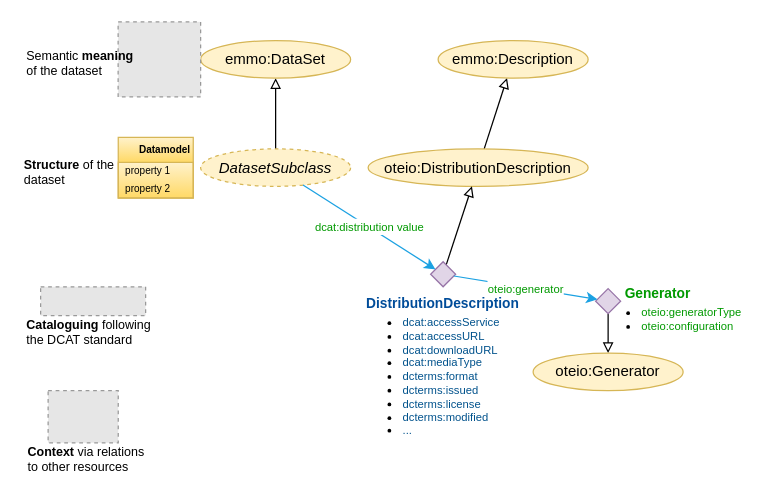
EMMC-ASBL/tripper keeps this draw.io diagram as page "Consumer" (3 of 19) of docs/figs/dataset.drawio. Above is the earlier version. Source tidied: cells renumbered, new cells numbered last; positions are measured from the earlier drawing's top-left corner, leaving out a move shared by most shapes. Both pictures are drawn from the tidied source at 125%, with x=0, y=0 at pixel (21, 21). Pictures stored in the file or linked from it are replaced by grey dashed boxes.
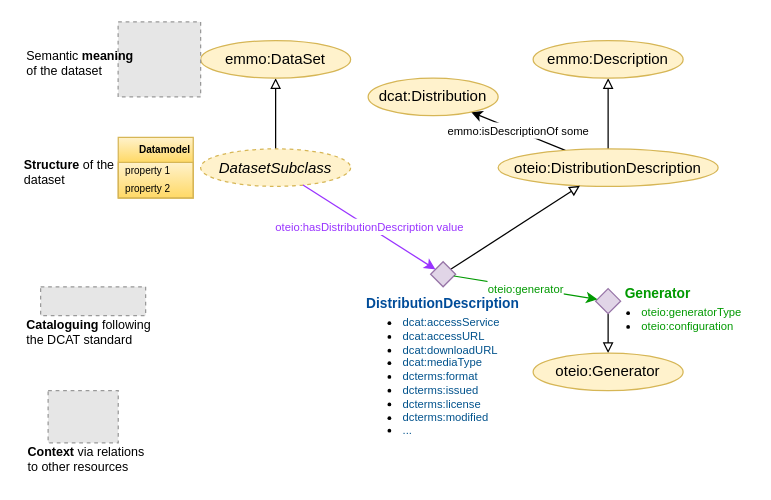
After the change.

The change refers to these unchanged cells:
```xml
<mxCell id="4" value="&lt;i&gt;DatasetSubclass&lt;/i&gt;" style="ellipse;whiteSpace=wrap;html=1;fillColor=#fff2cc;strokeColor=#d6b656;dashed=1;" parent="1" vertex="1">
  <mxGeometry x="143" y="101.6" width="120" height="30" as="geometry" />
</mxCell>
<mxCell id="8" style="rhombus;whiteSpace=wrap;html=1;fillColor=#e1d5e7;strokeColor=#9673a6;" parent="1" vertex="1">
  <mxGeometry x="327" y="191.9" width="20" height="20" as="geometry" />
</mxCell>
<mxCell id="25" style="rhombus;whiteSpace=wrap;html=1;fillColor=#e1d5e7;strokeColor=#9673a6;" parent="1" vertex="1">
  <mxGeometry x="459" y="213.4" width="20" height="20" as="geometry" />
</mxCell>
```

Change to the diagram source:
```diff
@@
+    <mxCell id="32" value="&lt;font style=&quot;font-size: 9px;&quot;&gt;emmo:isDescriptionOf some&lt;/font&gt;" style="edgeStyle=none;shape=connector;rounded=0;jettySize=auto;html=1;strokeColor=#000000;align=center;verticalAlign=middle;fontFamily=Helvetica;fontSize=11;fontColor=default;labelBackgroundColor=default;endArrow=classic;endFill=1;" parent="1" edge="1" source="6" target="33">
+      <mxGeometry relative="1" as="geometry" />
+    </mxCell>
     <mxCell id="6" value="oteio:DistributionDescription" style="ellipse;whiteSpace=wrap;html=1;fillColor=#fff2cc;strokeColor=#d6b656;" parent="1" vertex="1">
-      <mxGeometry x="277" y="101.6" width="176" height="30" as="geometry" />
+      <mxGeometry x="381" y="101.6" width="176" height="30" as="geometry" />
     </mxCell>
@@
-    <mxCell id="26" value="&lt;font color=&quot;#009900&quot; style=&quot;font-size: 9px;&quot;&gt;oteio:generator&lt;/font&gt;" style="shape=connector;rounded=0;jettySize=auto;html=1;strokeColor=#1BA1E2;align=center;verticalAlign=middle;fontFamily=Helvetica;fontSize=11;fontColor=default;labelBackgroundColor=default;endArrow=classic;endFill=1;" parent="1" edge="1" source="8" target="25">
+    <mxCell id="26" value="&lt;font color=&quot;#009900&quot; style=&quot;font-size: 9px;&quot;&gt;oteio:generator&lt;/font&gt;" style="shape=connector;rounded=0;jettySize=auto;html=1;strokeColor=#009900;align=center;verticalAlign=middle;fontFamily=Helvetica;fontSize=11;fontColor=default;labelBackgroundColor=default;endArrow=classic;endFill=1;" parent="1" edge="1" source="8" target="25">
       <mxGeometry relative="1" as="geometry" />
     </mxCell>
@@
-    <mxCell id="30" value="&lt;span style=&quot;font-size: 9px;&quot;&gt;&lt;font color=&quot;#009900&quot;&gt;dcat:distribution value&lt;/font&gt;&lt;/span&gt;" style="shape=connector;rounded=0;jettySize=auto;html=1;strokeColor=#1BA1E2;align=center;verticalAlign=middle;fontFamily=Helvetica;fontSize=11;fontColor=default;labelBackgroundColor=default;endArrow=classic;endFill=1;" parent="1" edge="1" source="4" target="8">
+    <mxCell id="30" value="&lt;span style=&quot;font-size: 9px;&quot;&gt;&lt;font color=&quot;#9933ff&quot;&gt;oteio:hasDistributionDescription value&lt;/font&gt;&lt;/span&gt;" style="shape=connector;rounded=0;jettySize=auto;html=1;strokeColor=#9933FF;align=center;verticalAlign=middle;fontFamily=Helvetica;fontSize=11;fontColor=default;labelBackgroundColor=default;endArrow=classic;endFill=1;" parent="1" edge="1" source="4" target="8">
       <mxGeometry relative="1" as="geometry" />
     </mxCell>
     <mxCell id="31" value="emmo:Description" style="ellipse;whiteSpace=wrap;html=1;fillColor=#fff2cc;strokeColor=#d6b656;" parent="1" vertex="1">
-      <mxGeometry x="333" y="15" width="120" height="30" as="geometry" />
+      <mxGeometry x="409" y="15" width="120" height="30" as="geometry" />
     </mxCell>
+    <mxCell id="33" value="dcat:Distribution" style="ellipse;whiteSpace=wrap;html=1;fillColor=#fff2cc;strokeColor=#d6b656;" parent="1" vertex="1">
+      <mxGeometry x="277" y="45" width="104" height="30" as="geometry" />
+    </mxCell>
```
